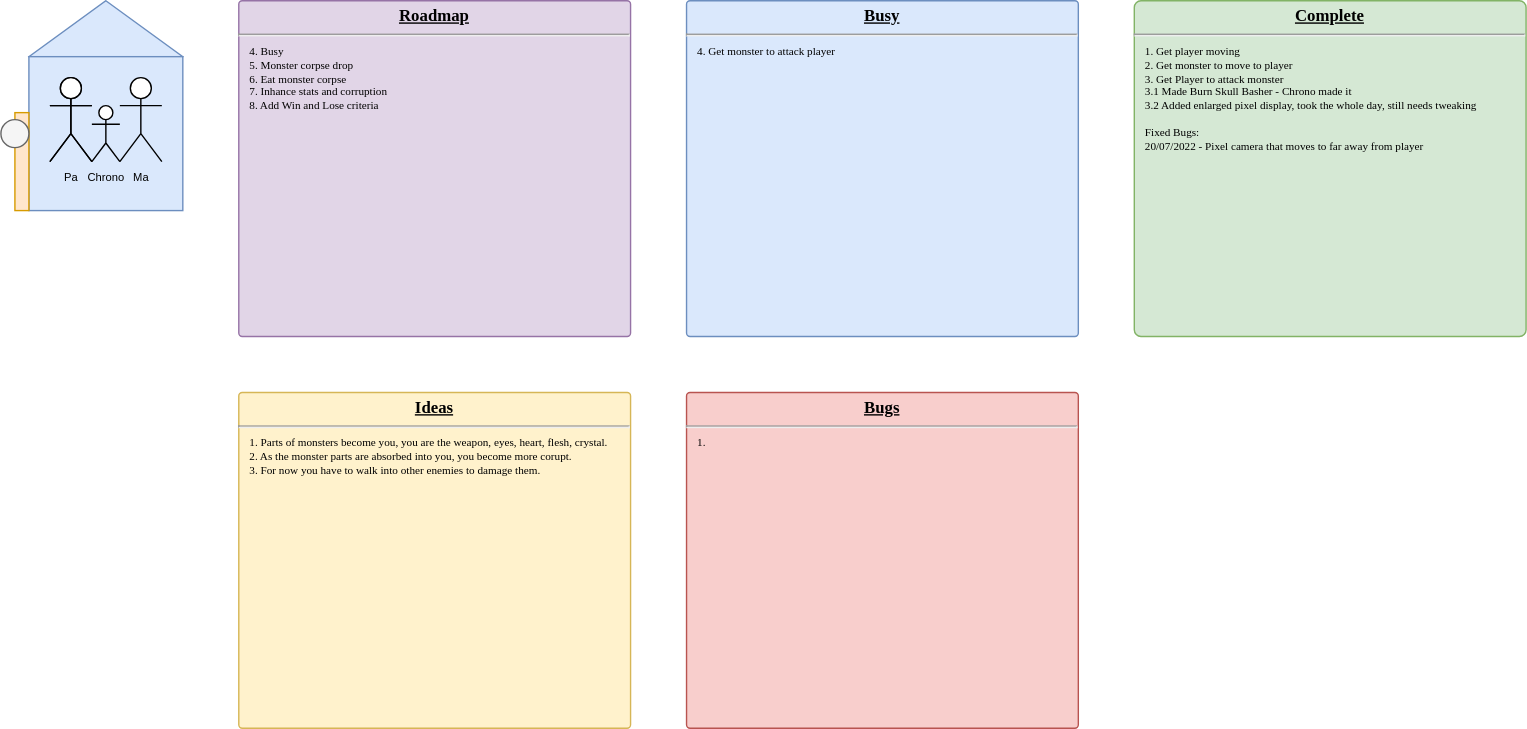
The draw.io diagram Planning.svg in bitbear101/Insatiable, before a commit. Source tidied: cells renumbered, new cells last; positions are measured from the earlier drawing's top-left corner, leaving out a move shared by most shapes.
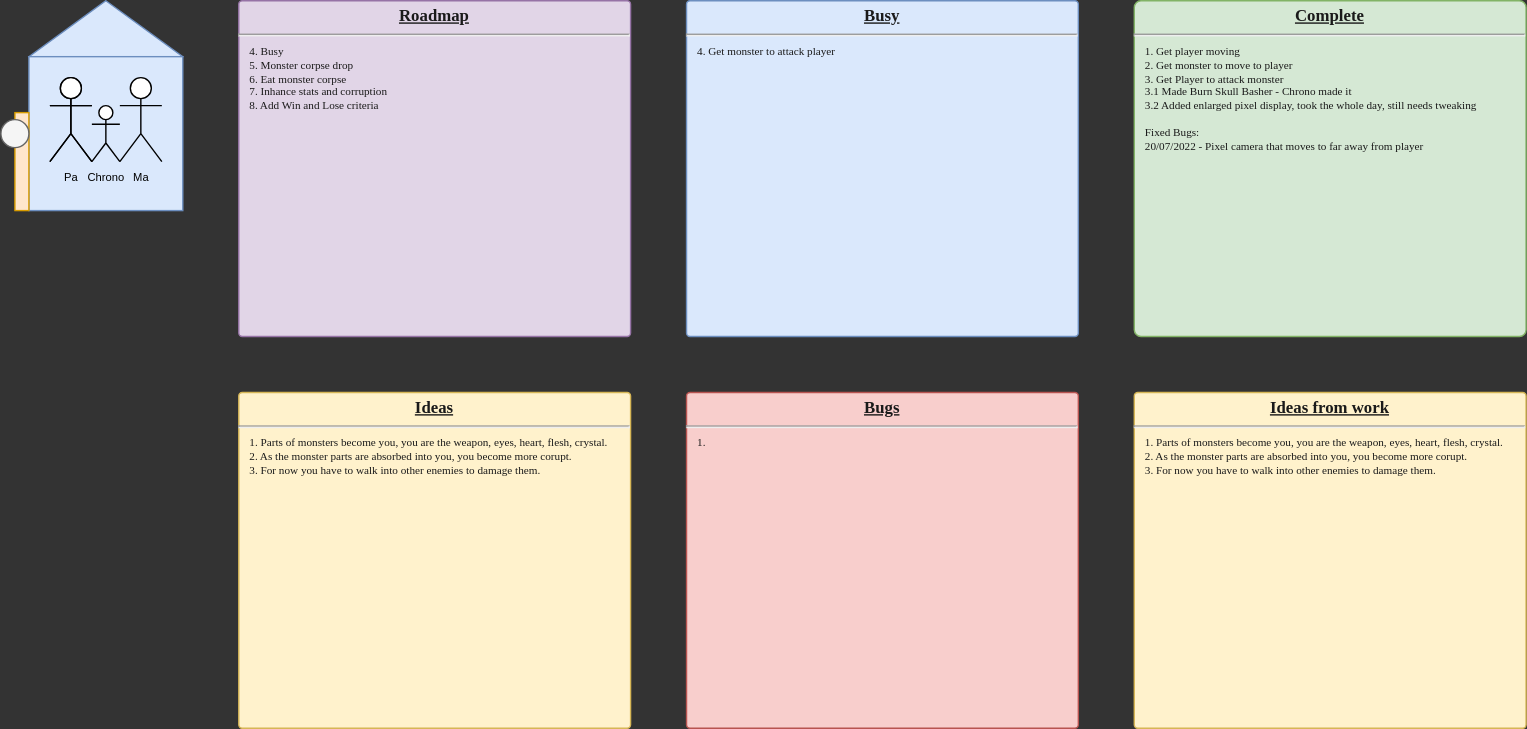
The same file after the commit.

The edit, as a diff of the source:
```diff
@@ -1,4 +1,4 @@
-<mxGraphModel background="#ffffff">
+<mxGraphModel background="#333333">
   <root>
     <mxCell id="0" />
     <mxCell id="1" parent="0" />
@@ -8,10 +8,10 @@
     <mxCell id="3" style="whiteSpace=wrap;html=1;fontSize=8;fillColor=#dae8fc;strokeColor=#6c8ebf;" parent="1" vertex="1">
       <mxGeometry x="20" y="40" width="110" height="110" as="geometry" />
     </mxCell>
-    <mxCell id="4" value="&lt;p style=&quot;margin: 0px ; margin-top: 4px ; text-align: center ; text-decoration: underline&quot;&gt;&lt;b&gt;Complete&lt;/b&gt;&lt;/p&gt;&lt;hr&gt;&lt;p style=&quot;margin: 0px 0px 0px 8px ; font-size: 8px&quot;&gt;1. Get player moving&lt;/p&gt;&lt;p style=&quot;margin: 0px 0px 0px 8px ; font-size: 8px&quot;&gt;2. Get monster to move to player&lt;/p&gt;&lt;p style=&quot;margin: 0px 0px 0px 8px ; font-size: 8px&quot;&gt;3. Get Player to attack monster&lt;/p&gt;&lt;p style=&quot;margin: 0px 0px 0px 8px ; font-size: 8px&quot;&gt;3.1 Made Burn Skull Basher - Chrono made it&lt;/p&gt;&lt;p style=&quot;margin: 0px 0px 0px 8px ; font-size: 8px&quot;&gt;3.2 Added enlarged pixel display, took the whole day, still needs tweaking&lt;/p&gt;&lt;p style=&quot;margin: 0px 0px 0px 8px ; font-size: 8px&quot;&gt;&lt;br&gt;&lt;/p&gt;&lt;p style=&quot;margin: 0px 0px 0px 8px ; font-size: 8px&quot;&gt;Fixed Bugs:&lt;/p&gt;&lt;p style=&quot;margin: 0px 0px 0px 8px ; font-size: 8px&quot;&gt;20/07/2022 - Pixel camera that moves to far away from player&lt;/p&gt;" style="verticalAlign=top;align=left;overflow=fill;fontSize=12;fontFamily=JetBrains Mono;html=1;strokeColor=#82b366;shadow=0;fillColor=#d5e8d4;fontSource=https%3A%2F%2Ffonts.googleapis.com%2Fcss%3Ffamily%3DJetBrains%2BMono;whiteSpace=wrap;glass=0;rounded=1;arcSize=2;imageHeight=24;" parent="1" vertex="1">
+    <mxCell id="4" value="&lt;p style=&quot;margin: 0px ; margin-top: 4px ; text-align: center ; text-decoration: underline&quot;&gt;&lt;b&gt;Complete&lt;/b&gt;&lt;/p&gt;&lt;hr&gt;&lt;p style=&quot;margin: 0px 0px 0px 8px ; font-size: 8px&quot;&gt;1. Get player moving&lt;/p&gt;&lt;p style=&quot;margin: 0px 0px 0px 8px ; font-size: 8px&quot;&gt;2. Get monster to move to player&lt;/p&gt;&lt;p style=&quot;margin: 0px 0px 0px 8px ; font-size: 8px&quot;&gt;3. Get Player to attack monster&lt;/p&gt;&lt;p style=&quot;margin: 0px 0px 0px 8px ; font-size: 8px&quot;&gt;3.1 Made Burn Skull Basher - Chrono made it&lt;/p&gt;&lt;p style=&quot;margin: 0px 0px 0px 8px ; font-size: 8px&quot;&gt;3.2 Added enlarged pixel display, took the whole day, still needs tweaking&lt;/p&gt;&lt;p style=&quot;margin: 0px 0px 0px 8px ; font-size: 8px&quot;&gt;&lt;br&gt;&lt;/p&gt;&lt;p style=&quot;margin: 0px 0px 0px 8px ; font-size: 8px&quot;&gt;Fixed Bugs:&lt;/p&gt;&lt;p style=&quot;margin: 0px 0px 0px 8px ; font-size: 8px&quot;&gt;20/07/2022 - Pixel camera that moves to far away from player&lt;/p&gt;" style="verticalAlign=top;align=left;overflow=fill;fontSize=12;fontFamily=JetBrains Mono;html=1;strokeColor=#82b366;shadow=0;fillColor=#d5e8d4;fontSource=https%3A%2F%2Ffonts.googleapis.com%2Fcss%3Ffamily%3DJetBrains%2BMono;whiteSpace=wrap;glass=0;rounded=1;arcSize=2;imageHeight=24;fontColor=#1A1A1A;" parent="1" vertex="1">
       <mxGeometry x="810" width="280" height="240" as="geometry" />
     </mxCell>
-    <mxCell id="5" value="&lt;p style=&quot;margin: 0px ; margin-top: 4px ; text-align: center ; text-decoration: underline&quot;&gt;&lt;b&gt;Ideas&lt;/b&gt;&lt;/p&gt;&lt;hr&gt;&lt;p style=&quot;margin: 0px 0px 0px 8px ; font-size: 8px&quot;&gt;1. Parts of monsters become you, you are the weapon, eyes,&lt;span&gt;&amp;nbsp;heart, flesh, crystal.&lt;/span&gt;&lt;/p&gt;&lt;p style=&quot;margin: 0px 0px 0px 8px ; font-size: 8px&quot;&gt;&lt;span&gt;2. As the monster parts are absorbed into you, you become more corupt.&lt;/span&gt;&lt;/p&gt;&lt;p style=&quot;margin: 0px 0px 0px 8px ; font-size: 8px&quot;&gt;&lt;span&gt;3. For now you have to walk into other enemies to damage them.&lt;/span&gt;&lt;/p&gt;&lt;p style=&quot;margin: 0px 0px 0px 8px ; font-size: 8px&quot;&gt;&lt;span&gt;&lt;br&gt;&lt;/span&gt;&lt;/p&gt;&lt;p style=&quot;margin: 0px 0px 0px 8px ; font-size: 8px&quot;&gt;&lt;span&gt;&lt;br&gt;&lt;/span&gt;&lt;/p&gt;" style="verticalAlign=top;align=left;overflow=fill;fontSize=12;fontFamily=JetBrains Mono;html=1;strokeColor=#d6b656;shadow=0;fillColor=#fff2cc;fontSource=https%3A%2F%2Ffonts.googleapis.com%2Fcss%3Ffamily%3DJetBrains%2BMono;whiteSpace=wrap;rounded=1;arcSize=5;absoluteArcSize=1;" parent="1" vertex="1">
+    <mxCell id="5" value="&lt;p style=&quot;margin: 0px ; margin-top: 4px ; text-align: center ; text-decoration: underline&quot;&gt;&lt;b&gt;Ideas&lt;/b&gt;&lt;/p&gt;&lt;hr&gt;&lt;p style=&quot;margin: 0px 0px 0px 8px ; font-size: 8px&quot;&gt;1. Parts of monsters become you, you are the weapon, eyes,&lt;span&gt;&amp;nbsp;heart, flesh, crystal.&lt;/span&gt;&lt;/p&gt;&lt;p style=&quot;margin: 0px 0px 0px 8px ; font-size: 8px&quot;&gt;&lt;span&gt;2. As the monster parts are absorbed into you, you become more corupt.&lt;/span&gt;&lt;/p&gt;&lt;p style=&quot;margin: 0px 0px 0px 8px ; font-size: 8px&quot;&gt;&lt;span&gt;3. For now you have to walk into other enemies to damage them.&lt;/span&gt;&lt;/p&gt;&lt;p style=&quot;margin: 0px 0px 0px 8px ; font-size: 8px&quot;&gt;&lt;span&gt;&lt;br&gt;&lt;/span&gt;&lt;/p&gt;&lt;p style=&quot;margin: 0px 0px 0px 8px ; font-size: 8px&quot;&gt;&lt;span&gt;&lt;br&gt;&lt;/span&gt;&lt;/p&gt;" style="verticalAlign=top;align=left;overflow=fill;fontSize=12;fontFamily=JetBrains Mono;html=1;strokeColor=#d6b656;shadow=0;fillColor=#fff2cc;fontSource=https%3A%2F%2Ffonts.googleapis.com%2Fcss%3Ffamily%3DJetBrains%2BMono;whiteSpace=wrap;rounded=1;arcSize=5;absoluteArcSize=1;fontColor=#1A1A1A;" parent="1" vertex="1">
       <mxGeometry x="170" y="280" width="280" height="240" as="geometry" />
     </mxCell>
     <mxCell id="6" value="Pa" style="shape=umlActor;verticalLabelPosition=bottom;verticalAlign=top;html=1;fontSize=8;" parent="1" vertex="1">
@@ -32,14 +32,17 @@
     <mxCell id="11" style="ellipse;whiteSpace=wrap;html=1;fontSize=8;fillColor=#f5f5f5;strokeColor=#666666;fontColor=#333333;" parent="1" vertex="1">
       <mxGeometry y="85" width="20" height="20" as="geometry" />
     </mxCell>
-    <mxCell id="12" value="&lt;p style=&quot;margin: 4px 0px 0px; text-decoration: underline;&quot;&gt;&lt;b&gt;Bugs&lt;/b&gt;&lt;/p&gt;&lt;hr&gt;&lt;p style=&quot;text-align: left; margin: 0px 0px 0px 8px; font-size: 8px;&quot;&gt;1.&amp;nbsp;&lt;/p&gt;" style="verticalAlign=top;align=center;overflow=fill;fontSize=12;fontFamily=JetBrains Mono;html=1;strokeColor=#b85450;shadow=0;fillColor=#f8cecc;fontSource=https%3A%2F%2Ffonts.googleapis.com%2Fcss%3Ffamily%3DJetBrains%2BMono;whiteSpace=wrap;glass=0;rounded=1;arcSize=5;imageHeight=24;absoluteArcSize=1;" parent="1" vertex="1">
+    <mxCell id="12" value="&lt;p style=&quot;margin: 4px 0px 0px; text-decoration: underline;&quot;&gt;&lt;b&gt;Bugs&lt;/b&gt;&lt;/p&gt;&lt;hr&gt;&lt;p style=&quot;text-align: left; margin: 0px 0px 0px 8px; font-size: 8px;&quot;&gt;1.&amp;nbsp;&lt;/p&gt;" style="verticalAlign=top;align=center;overflow=fill;fontSize=12;fontFamily=JetBrains Mono;html=1;strokeColor=#b85450;shadow=0;fillColor=#f8cecc;fontSource=https%3A%2F%2Ffonts.googleapis.com%2Fcss%3Ffamily%3DJetBrains%2BMono;whiteSpace=wrap;glass=0;rounded=1;arcSize=5;imageHeight=24;absoluteArcSize=1;fontColor=#1A1A1A;" parent="1" vertex="1">
       <mxGeometry x="490" y="280" width="280" height="240" as="geometry" />
     </mxCell>
-    <mxCell id="13" value="&lt;p style=&quot;margin: 0px ; margin-top: 4px ; text-align: center ; text-decoration: underline&quot;&gt;&lt;b&gt;Busy&lt;/b&gt;&lt;/p&gt;&lt;hr&gt;&lt;p style=&quot;margin: 0px 0px 0px 8px ; font-size: 8px&quot;&gt;4. Get monster to attack player&lt;/p&gt;" style="verticalAlign=top;align=left;overflow=fill;fontSize=12;fontFamily=JetBrains Mono;html=1;strokeColor=#6c8ebf;shadow=0;fillColor=#dae8fc;fontSource=https%3A%2F%2Ffonts.googleapis.com%2Fcss%3Ffamily%3DJetBrains%2BMono;whiteSpace=wrap;glass=0;rounded=1;arcSize=5;imageHeight=24;absoluteArcSize=1;" parent="1" vertex="1">
+    <mxCell id="13" value="&lt;p style=&quot;margin: 0px ; margin-top: 4px ; text-align: center ; text-decoration: underline&quot;&gt;&lt;b&gt;Busy&lt;/b&gt;&lt;/p&gt;&lt;hr&gt;&lt;p style=&quot;margin: 0px 0px 0px 8px ; font-size: 8px&quot;&gt;4. Get monster to attack player&lt;/p&gt;" style="verticalAlign=top;align=left;overflow=fill;fontSize=12;fontFamily=JetBrains Mono;html=1;strokeColor=#6c8ebf;shadow=0;fillColor=#dae8fc;fontSource=https%3A%2F%2Ffonts.googleapis.com%2Fcss%3Ffamily%3DJetBrains%2BMono;whiteSpace=wrap;glass=0;rounded=1;arcSize=5;imageHeight=24;absoluteArcSize=1;fontColor=#1A1A1A;" parent="1" vertex="1">
       <mxGeometry x="490" width="280" height="240" as="geometry" />
     </mxCell>
-    <mxCell id="14" value="&lt;p style=&quot;margin: 0px ; margin-top: 4px ; text-align: center ; text-decoration: underline&quot;&gt;&lt;b&gt;Roadmap&lt;/b&gt;&lt;/p&gt;&lt;hr&gt;&lt;p style=&quot;margin: 0px 0px 0px 8px ; font-size: 8px&quot;&gt;&lt;span style=&quot;background-color: initial;&quot;&gt;4. Busy&lt;/span&gt;&lt;br&gt;&lt;/p&gt;&lt;p style=&quot;margin: 0px 0px 0px 8px ; font-size: 8px&quot;&gt;5. Monster corpse drop&lt;/p&gt;&lt;p style=&quot;margin: 0px 0px 0px 8px ; font-size: 8px&quot;&gt;6. Eat monster corpse&lt;/p&gt;&lt;p style=&quot;margin: 0px 0px 0px 8px ; font-size: 8px&quot;&gt;7. Inhance stats and corruption&lt;/p&gt;&lt;p style=&quot;margin: 0px 0px 0px 8px ; font-size: 8px&quot;&gt;8. Add Win and Lose criteria&lt;/p&gt;" style="verticalAlign=top;align=left;overflow=fill;fontSize=12;fontFamily=JetBrains Mono;html=1;strokeColor=#9673a6;shadow=0;fillColor=#e1d5e7;fontSource=https%3A%2F%2Ffonts.googleapis.com%2Fcss%3Ffamily%3DJetBrains%2BMono;whiteSpace=wrap;glass=0;rounded=1;arcSize=5;imageHeight=24;absoluteArcSize=1;" parent="1" vertex="1">
+    <mxCell id="14" value="&lt;p style=&quot;margin: 0px ; margin-top: 4px ; text-align: center ; text-decoration: underline&quot;&gt;&lt;b&gt;Roadmap&lt;/b&gt;&lt;/p&gt;&lt;hr&gt;&lt;p style=&quot;margin: 0px 0px 0px 8px ; font-size: 8px&quot;&gt;&lt;span style=&quot;background-color: initial;&quot;&gt;4. Busy&lt;/span&gt;&lt;br&gt;&lt;/p&gt;&lt;p style=&quot;margin: 0px 0px 0px 8px ; font-size: 8px&quot;&gt;5. Monster corpse drop&lt;/p&gt;&lt;p style=&quot;margin: 0px 0px 0px 8px ; font-size: 8px&quot;&gt;6. Eat monster corpse&lt;/p&gt;&lt;p style=&quot;margin: 0px 0px 0px 8px ; font-size: 8px&quot;&gt;7. Inhance stats and corruption&lt;/p&gt;&lt;p style=&quot;margin: 0px 0px 0px 8px ; font-size: 8px&quot;&gt;8. Add Win and Lose criteria&lt;/p&gt;" style="verticalAlign=top;align=left;overflow=fill;fontSize=12;fontFamily=JetBrains Mono;html=1;strokeColor=#9673a6;shadow=0;fillColor=#e1d5e7;fontSource=https%3A%2F%2Ffonts.googleapis.com%2Fcss%3Ffamily%3DJetBrains%2BMono;whiteSpace=wrap;glass=0;rounded=1;arcSize=5;imageHeight=24;absoluteArcSize=1;fontColor=#1A1A1A;" parent="1" vertex="1">
       <mxGeometry x="170" width="280" height="240" as="geometry" />
     </mxCell>
+    <mxCell id="15" value="&lt;p style=&quot;margin: 0px ; margin-top: 4px ; text-align: center ; text-decoration: underline&quot;&gt;&lt;b&gt;Ideas from work&lt;/b&gt;&lt;/p&gt;&lt;hr&gt;&lt;p style=&quot;margin: 0px 0px 0px 8px ; font-size: 8px&quot;&gt;1. Parts of monsters become you, you are the weapon, eyes,&lt;span&gt;&amp;nbsp;heart, flesh, crystal.&lt;/span&gt;&lt;/p&gt;&lt;p style=&quot;margin: 0px 0px 0px 8px ; font-size: 8px&quot;&gt;&lt;span&gt;2. As the monster parts are absorbed into you, you become more corupt.&lt;/span&gt;&lt;/p&gt;&lt;p style=&quot;margin: 0px 0px 0px 8px ; font-size: 8px&quot;&gt;&lt;span&gt;3. For now you have to walk into other enemies to damage them.&lt;/span&gt;&lt;/p&gt;&lt;p style=&quot;margin: 0px 0px 0px 8px ; font-size: 8px&quot;&gt;&lt;span&gt;&lt;br&gt;&lt;/span&gt;&lt;/p&gt;&lt;p style=&quot;margin: 0px 0px 0px 8px ; font-size: 8px&quot;&gt;&lt;span&gt;&lt;br&gt;&lt;/span&gt;&lt;/p&gt;" style="verticalAlign=top;align=left;overflow=fill;fontSize=12;fontFamily=JetBrains Mono;html=1;strokeColor=#d6b656;shadow=0;fillColor=#fff2cc;fontSource=https%3A%2F%2Ffonts.googleapis.com%2Fcss%3Ffamily%3DJetBrains%2BMono;whiteSpace=wrap;rounded=1;arcSize=5;absoluteArcSize=1;fontColor=#1A1A1A;" parent="1" vertex="1">
+      <mxGeometry x="810" y="280" width="280" height="240" as="geometry" />
+    </mxCell>
   </root>
 </mxGraphModel>
```
